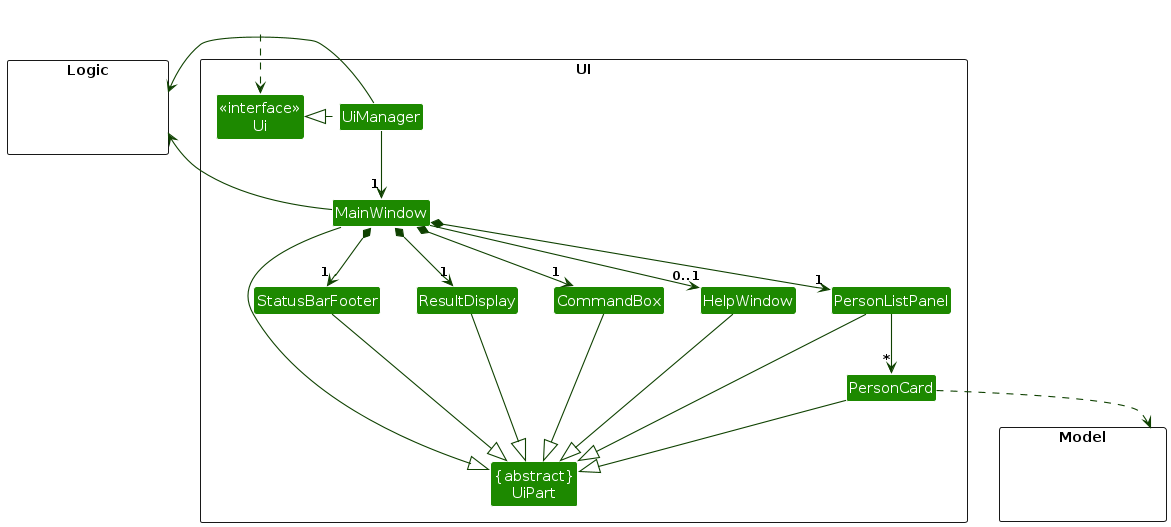
The PlantUML diagram diagrams/UiClassDiagram.png in AY2627S1-CS2103T-T13-2/tp, before a commit. Its source is kept beside it as diagrams/UiClassDiagram.puml.
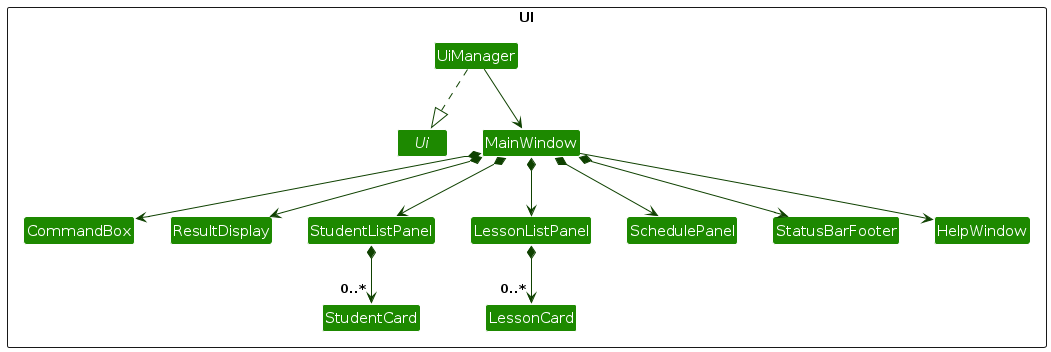
The same file after the commit.

What changed in the source:
```diff
@@ -1,60 +1,34 @@
 @startuml
 !include style.puml
-skinparam arrowThickness 1.1
+skinparam classBackgroundColor UI_COLOR
 skinparam arrowColor UI_COLOR_T4
-skinparam classBackgroundColor UI_COLOR
 
-package UI <<Rectangle>>{
-Class "<<interface>>\nUi" as Ui
-Class "{abstract}\nUiPart" as UiPart
-Class UiManager
-Class MainWindow
-Class HelpWindow
-Class ResultDisplay
-Class PersonListPanel
-Class PersonCard
-Class StatusBarFooter
-Class CommandBox
+package UI <<Rectangle>> {
+interface Ui
+class UiManager
+class MainWindow
+class CommandBox
+class ResultDisplay
+class StudentListPanel
+class LessonListPanel
+class SchedulePanel
+class StudentCard
+class LessonCard
+class StatusBarFooter
+class HelpWindow
 }
 
-package Model <<Rectangle>> {
-Class HiddenModel #FFFFFF
-}
+UiManager ..|> Ui
+UiManager --> MainWindow
 
-package Logic <<Rectangle>> {
-Class HiddenLogic #FFFFFF
-}
+MainWindow *--> CommandBox
+MainWindow *--> ResultDisplay
+MainWindow *--> StudentListPanel
+MainWindow *--> LessonListPanel
+MainWindow *--> SchedulePanel
+MainWindow *--> StatusBarFooter
+MainWindow --> HelpWindow
 
-Class HiddenOutside #FFFFFF
-HiddenOutside ..> Ui
-
-UiManager .left.|> Ui
-UiManager -down-> "1" MainWindow
-MainWindow *-down->  "1" CommandBox
-MainWindow *-down-> "1" ResultDisplay
-MainWindow *-down-> "1" PersonListPanel
-MainWindow *-down-> "1" StatusBarFooter
-MainWindow --> "0..1" HelpWindow
-
-PersonListPanel -down-> "*" PersonCard
-
-MainWindow -left-|> UiPart
-
-ResultDisplay --|> UiPart
-CommandBox --|> UiPart
-PersonListPanel --|> UiPart
-PersonCard --|> UiPart
-StatusBarFooter --|> UiPart
-HelpWindow --|> UiPart
-
-PersonCard ..> Model
-UiManager -right-> Logic
-MainWindow -left-> Logic
-
-PersonListPanel -[hidden]left- HelpWindow
-HelpWindow -[hidden]left- CommandBox
-CommandBox -[hidden]left- ResultDisplay
-ResultDisplay -[hidden]left- StatusBarFooter
-
-MainWindow -[hidden]-|> UiPart
+StudentListPanel *--> "0..*" StudentCard
+LessonListPanel *--> "0..*" LessonCard
 @enduml
```
